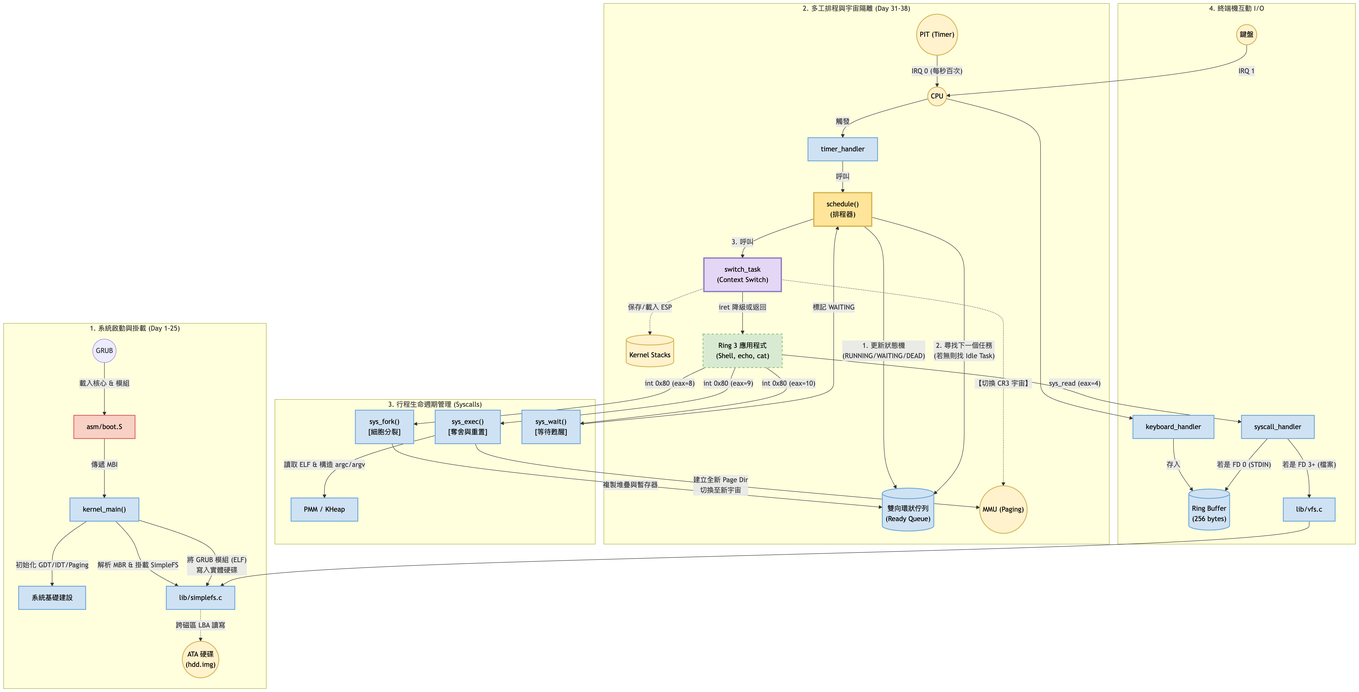
The Mermaid diagram Course-Overview.png in rickhw/simple-operating-systems, before a commit. Its source is kept beside it as Course-Overview.mermaid. Its diagram source:
```mermaid
flowchart TD
    classDef asm fill:#f9d0c4,stroke:#e06666,stroke-width:2px,color:#000
    classDef clang fill:#cfe2f3,stroke:#6fa8dc,stroke-width:2px,color:#000
    classDef hw fill:#fff2cc,stroke:#d6b656,stroke-width:2px,color:#000
    classDef clang_r3 fill:#d9ead3,stroke:#93c47d,stroke-width:2px,color:#000,stroke-dasharray: 5 5
    classDef grub fill:#d5a6bd,stroke:#a64d79,stroke-width:2px,color:#000
    classDef highlight fill:#ffe599,stroke:#d6b656,stroke-width:3px,color:#000
    classDef magic fill:#e4d7f5,stroke:#8e7cc3,stroke-width:3px,color:#000

    subgraph Boot ["1. 系統啟動與掛載 (Day 1-25)"]
        GRUB(("GRUB")) -->|"載入核心 & 模組"| boot["asm/boot.S"]:::asm
        boot -->|"傳遞 MBI"| kernel["kernel_main()"]:::clang
        kernel -->|"初始化 GDT/IDT/Paging"| init_sys["系統基礎建設"]:::clang
        kernel -->|"解析 MBR & 掛載 SimpleFS"| simplefs_c["lib/simplefs.c"]:::clang
        simplefs_c -.->|"跨磁區 LBA 讀寫"| HDD(("ATA 硬碟\n(hdd.img)")):::hw
        kernel -->|"將 GRUB 模組 (ELF)\n寫入實體硬碟"| simplefs_c
    end

    subgraph Scheduler ["2. 多工排程與宇宙隔離 (Day 31-38)"]
        PIT(("PIT (Timer)")):::hw -- "IRQ 0 (每秒百次)" --> CPU(("CPU")):::hw
        CPU -->|"觸發"| isr0["timer_handler"]:::clang
        isr0 -->|"呼叫"| schedule["schedule()\n(排程器)"]:::highlight

        schedule -->|"1. 更新狀態機\n(RUNNING/WAITING/DEAD)"| TaskQueue[("雙向環狀佇列\n(Ready Queue)")]:::clang
        schedule -->|"2. 尋找下一個任務\n(若無則找 Idle Task)"| TaskQueue
        schedule -->|"3. 呼叫"| switch_task["switch_task\n(Context Switch)"]:::magic

        switch_task -.->|"保存/載入 ESP"| Stack[("Kernel Stacks")]:::hw
        switch_task -.->|"【切換 CR3 宇宙】"| MMU(("MMU (Paging)")):::hw
        switch_task -->|"iret 降級或返回"| UserSpace
    end

    subgraph Syscalls ["3. 行程生命週期管理 (Syscalls)"]
        UserSpace["Ring 3 應用程式\n(Shell, echo, cat)"]:::clang_r3 -- "int 0x80 (eax=8)" --> sys_fork["sys_fork()\n[細胞分裂]"]:::clang
        UserSpace -- "int 0x80 (eax=9)" --> sys_exec["sys_exec()\n[奪舍與重置]"]:::clang
        UserSpace -- "int 0x80 (eax=10)" --> sys_wait["sys_wait()\n[等待甦醒]"]:::clang

        sys_fork -->|"複製堆疊與暫存器"| TaskQueue
        sys_exec -->|"建立全新 Page Dir\n切換至新宇宙"| MMU
        sys_exec -->|"讀取 ELF & 構造 argc/argv"| mem_c["PMM / KHeap"]:::clang
        sys_wait -->|"標記 WAITING"| schedule
    end

    subgraph IO ["4. 終端機互動 I/O"]
        Keyboard(("鍵盤")):::hw -- "IRQ 1" --> CPU
        CPU --> kbd_isr["keyboard_handler"]:::clang
        kbd_isr -->|"存入"| RingBuffer[("Ring Buffer\n(256 bytes)")]:::clang

        UserSpace -- "sys_read (eax=4)" --> syscall_h["syscall_handler"]:::clang
        syscall_h -->|"若是 FD 0 (STDIN)"| RingBuffer
        syscall_h -->|"若是 FD 3+ (檔案)"| VFS["lib/vfs.c"]:::clang
        VFS --> simplefs_c
    end
```
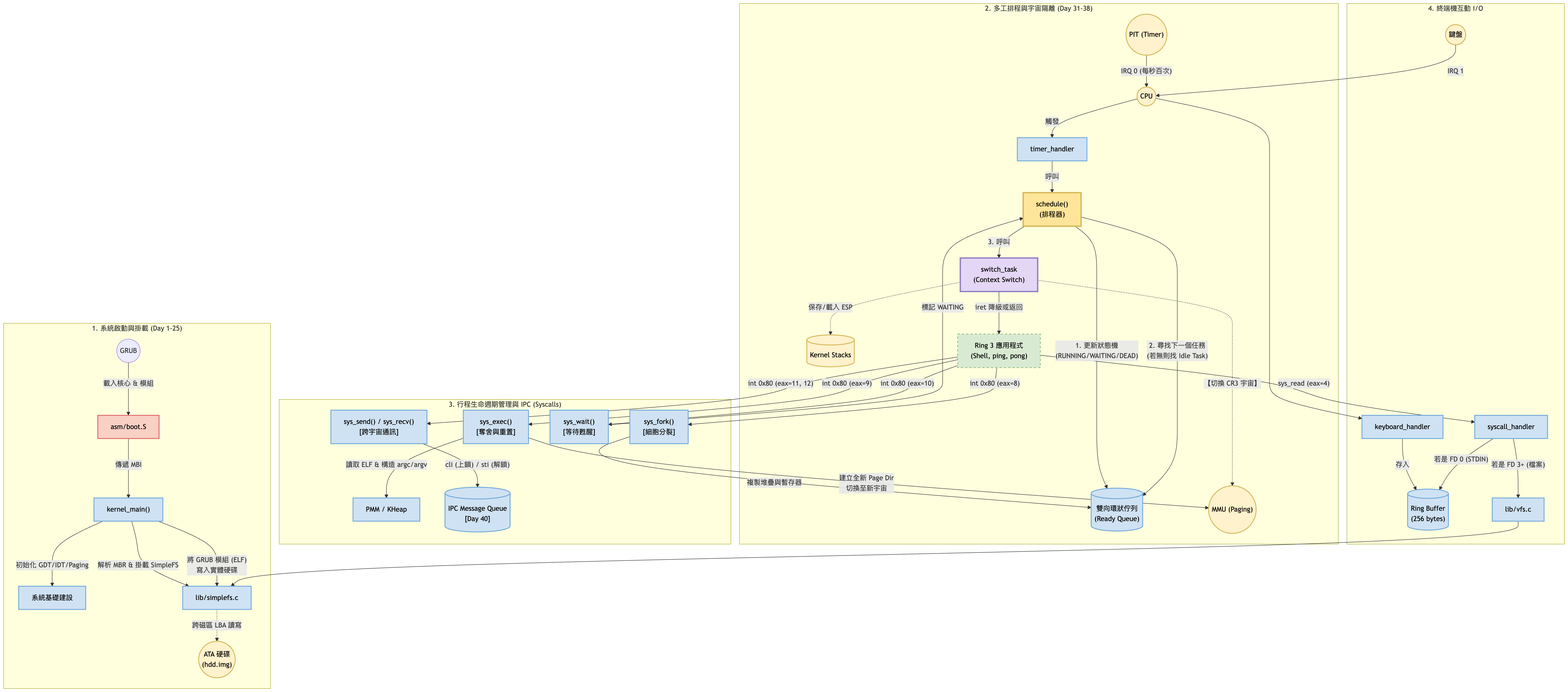
The same file after the commit.

What changed in the source:
```diff
@@ -30,15 +30,17 @@
         switch_task -->|"iret 降級或返回"| UserSpace
     end
 
-    subgraph Syscalls ["3. 行程生命週期管理 (Syscalls)"]
-        UserSpace["Ring 3 應用程式\n(Shell, echo, cat)"]:::clang_r3 -- "int 0x80 (eax=8)" --> sys_fork["sys_fork()\n[細胞分裂]"]:::clang
+    subgraph Syscalls ["3. 行程生命週期管理與 IPC (Syscalls)"]
+        UserSpace["Ring 3 應用程式\n(Shell, ping, pong)"]:::clang_r3 -- "int 0x80 (eax=8)" --> sys_fork["sys_fork()\n[細胞分裂]"]:::clang
         UserSpace -- "int 0x80 (eax=9)" --> sys_exec["sys_exec()\n[奪舍與重置]"]:::clang
         UserSpace -- "int 0x80 (eax=10)" --> sys_wait["sys_wait()\n[等待甦醒]"]:::clang
+        UserSpace -- "int 0x80 (eax=11, 12)" --> sys_ipc["sys_send() / sys_recv()\n[跨宇宙通訊]"]:::clang
 
         sys_fork -->|"複製堆疊與暫存器"| TaskQueue
         sys_exec -->|"建立全新 Page Dir\n切換至新宇宙"| MMU
         sys_exec -->|"讀取 ELF & 構造 argc/argv"| mem_c["PMM / KHeap"]:::clang
         sys_wait -->|"標記 WAITING"| schedule
+        sys_ipc -->|"cli (上鎖) / sti (解鎖)"| IPC_Mailbox[("IPC Message Queue\n[Day 40]")]:::clang
     end
 
     subgraph IO ["4. 終端機互動 I/O"]
```
